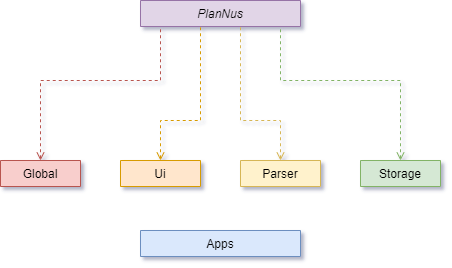
vanessa-kang/tp keeps this draw.io diagram as docs/images/DeveloperGuide/Architecture.png. Above is the earlier version. Source tidied: cells renumbered, new cells last; positions are measured from the earlier drawing's top-left corner, leaving out a move shared by most shapes. The source it was exported from:
```xml
<mxGraphModel>
  <root>
    <mxCell id="0" />
    <mxCell id="1" parent="0" />
    <mxCell id="2" value="PlanNus" style="swimlane;fontStyle=2;align=center;verticalAlign=top;horizontal=1;startSize=26;rounded=0;shadow=0;strokeWidth=1;fillColor=#e1d5e7;strokeColor=#9673a6;" parent="1" vertex="1" collapsed="1">
      <mxGeometry x="140" width="160" height="26" as="geometry" />
    </mxCell>
    <mxCell id="3" style="endArrow=none;dashed=1;html=1;endFill=0;startArrow=open;startFill=0;exitX=0.5;exitY=0;exitDx=0;exitDy=0;rounded=0;fillColor=#fff2cc;strokeColor=#d6b656;" parent="1" edge="1" source="7">
      <mxGeometry relative="1" as="geometry">
        <mxPoint x="240" y="26" as="targetPoint" />
        <Array as="points">
          <mxPoint x="280" y="120" />
          <mxPoint x="240" y="120" />
        </Array>
      </mxGeometry>
    </mxCell>
    <mxCell id="4" style="endArrow=none;dashed=1;html=1;exitX=0.5;exitY=0;exitDx=0;exitDy=0;endFill=0;startArrow=open;startFill=0;rounded=0;fillColor=#d5e8d4;strokeColor=#82b366;" parent="1" edge="1" source="10">
      <mxGeometry relative="1" as="geometry">
        <mxPoint x="280" y="28" as="targetPoint" />
        <Array as="points">
          <mxPoint x="400" y="80" />
          <mxPoint x="280" y="80" />
        </Array>
      </mxGeometry>
    </mxCell>
    <mxCell id="5" style="endArrow=none;dashed=1;html=1;endFill=0;startArrow=open;startFill=0;exitX=0.5;exitY=0;exitDx=0;exitDy=0;rounded=0;fillColor=#ffe6cc;strokeColor=#d79b00;" parent="1" edge="1" source="9">
      <mxGeometry relative="1" as="geometry">
        <mxPoint x="200" y="26" as="targetPoint" />
        <Array as="points">
          <mxPoint x="160" y="120" />
          <mxPoint x="200" y="120" />
        </Array>
      </mxGeometry>
    </mxCell>
    <mxCell id="6" style="endArrow=none;dashed=1;html=1;endFill=0;startArrow=open;startFill=0;exitX=0.5;exitY=0;exitDx=0;exitDy=0;rounded=0;fillColor=#f8cecc;strokeColor=#b85450;" parent="1" edge="1" source="8">
      <mxGeometry relative="1" as="geometry">
        <mxPoint x="160" y="26" as="targetPoint" />
        <Array as="points">
          <mxPoint x="40" y="80" />
          <mxPoint x="160" y="80" />
        </Array>
      </mxGeometry>
    </mxCell>
    <mxCell id="7" value="Parser" style="swimlane;fontStyle=0;align=center;verticalAlign=top;horizontal=1;startSize=26;rounded=0;shadow=0;strokeWidth=1;fillColor=#fff2cc;strokeColor=#d6b656;" parent="1" vertex="1" collapsed="1">
      <mxGeometry x="240" y="160" width="80" height="26" as="geometry" />
    </mxCell>
    <mxCell id="8" value="Global" style="swimlane;fontStyle=0;align=center;verticalAlign=top;horizontal=1;startSize=26;rounded=0;shadow=0;strokeWidth=1;fillColor=#f8cecc;strokeColor=#b85450;" parent="1" vertex="1" collapsed="1">
      <mxGeometry y="160" width="80" height="26" as="geometry" />
    </mxCell>
    <mxCell id="9" value="Ui" style="swimlane;fontStyle=0;align=center;verticalAlign=top;horizontal=1;startSize=26;rounded=0;shadow=0;strokeWidth=1;fillColor=#ffe6cc;strokeColor=#d79b00;" parent="1" vertex="1" collapsed="1">
      <mxGeometry x="120" y="160" width="80" height="26" as="geometry" />
    </mxCell>
    <mxCell id="10" value="Storage" style="swimlane;fontStyle=0;align=center;verticalAlign=top;horizontal=1;startSize=26;rounded=0;shadow=0;strokeWidth=1;fillColor=#d5e8d4;strokeColor=#82b366;" parent="1" vertex="1" collapsed="1">
      <mxGeometry x="360" y="160" width="80" height="26" as="geometry" />
    </mxCell>
    <mxCell id="11" value="Apps" style="swimlane;fontStyle=0;align=center;verticalAlign=top;horizontal=1;startSize=26;rounded=0;shadow=0;strokeWidth=1;fillColor=#dae8fc;strokeColor=#6c8ebf;" parent="1" vertex="1" collapsed="1">
      <mxGeometry x="140" y="230" width="160" height="26" as="geometry" />
    </mxCell>
  </root>
</mxGraphModel>
```
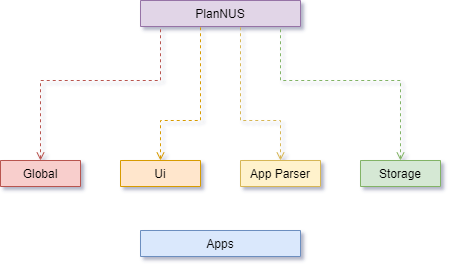
The same file after the commit.

Commit message:
WIP Finished Sequence Diagram for PlanNUS

Diff of the diagram source:
```diff
@@ -2,7 +2,7 @@
   <root>
     <mxCell id="0" />
     <mxCell id="1" parent="0" />
-    <mxCell id="2" value="PlanNus" style="swimlane;fontStyle=2;align=center;verticalAlign=top;horizontal=1;startSize=26;rounded=0;shadow=0;strokeWidth=1;fillColor=#e1d5e7;strokeColor=#9673a6;" parent="1" vertex="1" collapsed="1">
+    <mxCell id="2" value="PlanNUS" style="swimlane;fontStyle=0;align=center;verticalAlign=top;horizontal=1;startSize=26;rounded=0;shadow=0;strokeWidth=1;fillColor=#e1d5e7;strokeColor=#9673a6;" parent="1" vertex="1" collapsed="1">
       <mxGeometry x="140" width="160" height="26" as="geometry" />
     </mxCell>
     <mxCell id="3" style="endArrow=none;dashed=1;html=1;endFill=0;startArrow=open;startFill=0;exitX=0.5;exitY=0;exitDx=0;exitDy=0;rounded=0;fillColor=#fff2cc;strokeColor=#d6b656;" parent="1" edge="1" source="7">
@@ -41,7 +41,7 @@
         </Array>
       </mxGeometry>
     </mxCell>
-    <mxCell id="7" value="Parser" style="swimlane;fontStyle=0;align=center;verticalAlign=top;horizontal=1;startSize=26;rounded=0;shadow=0;strokeWidth=1;fillColor=#fff2cc;strokeColor=#d6b656;" parent="1" vertex="1" collapsed="1">
+    <mxCell id="7" value="App Parser" style="swimlane;fontStyle=0;align=center;verticalAlign=top;horizontal=1;startSize=26;rounded=0;shadow=0;strokeWidth=1;fillColor=#fff2cc;strokeColor=#d6b656;" parent="1" vertex="1" collapsed="1">
       <mxGeometry x="240" y="160" width="80" height="26" as="geometry" />
     </mxCell>
     <mxCell id="8" value="Global" style="swimlane;fontStyle=0;align=center;verticalAlign=top;horizontal=1;startSize=26;rounded=0;shadow=0;strokeWidth=1;fillColor=#f8cecc;strokeColor=#b85450;" parent="1" vertex="1" collapsed="1">
```
